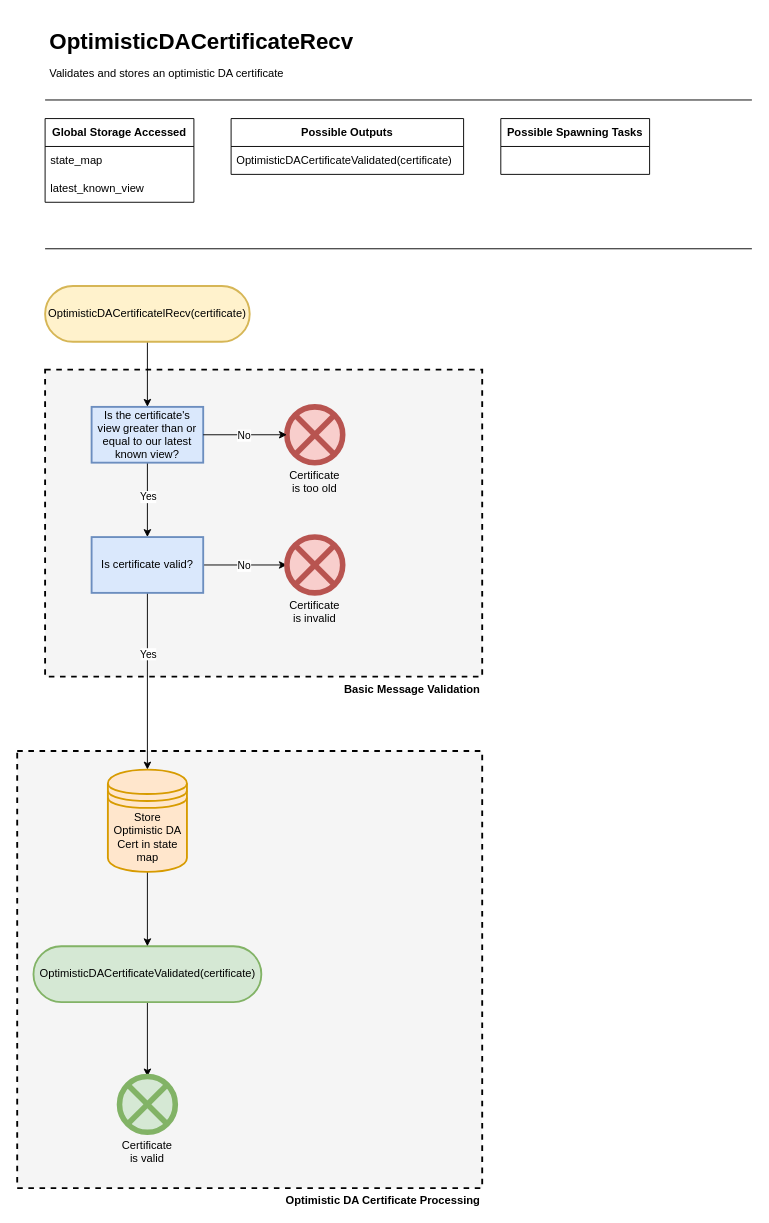
This is page "OptimisticDaCertificateRecv" (4 of 17) of docs/diagrams/HotShotFlow.drawio from EspressoSystems/HotShot, a draw.io file, before an edit. Source tidied: cells renumbered, new cells numbered last; positions are measured from the earlier drawing's top-left corner, leaving out a move shared by most shapes. Both pictures are drawn from the tidied source at 93%, with x=0, y=0 at pixel (17, 25).
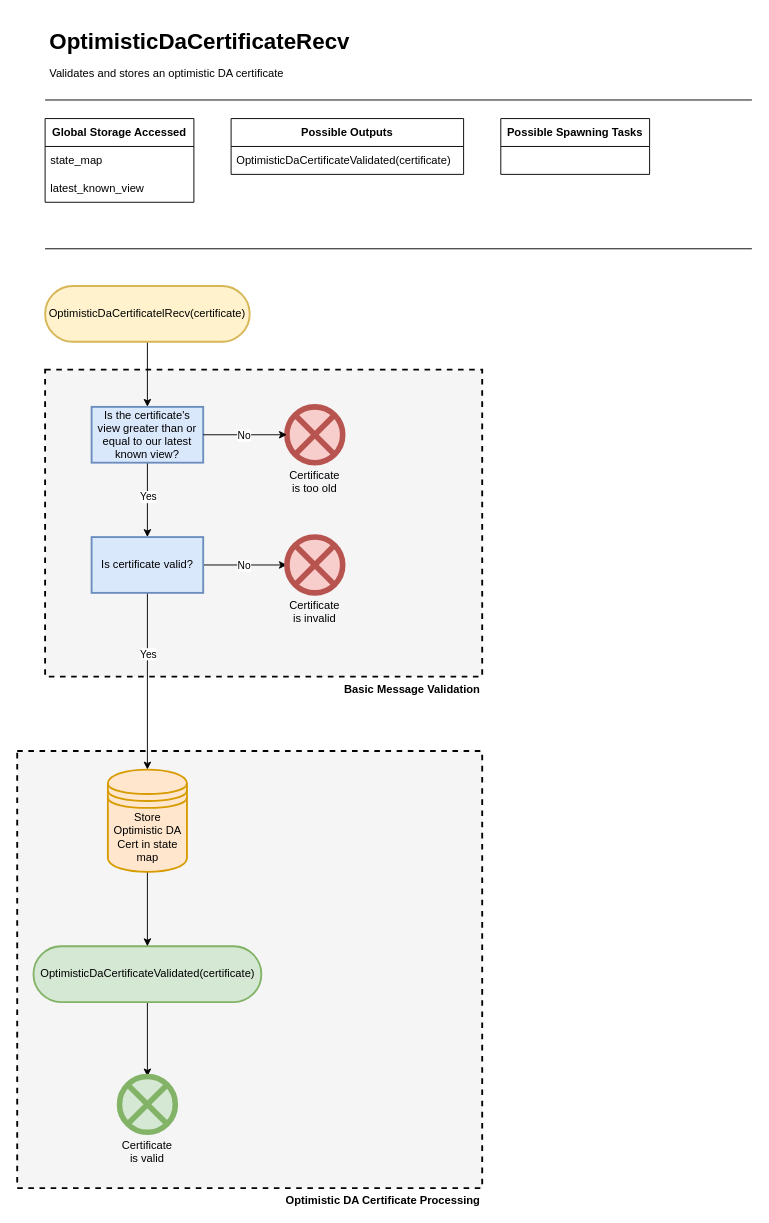
After the change.

Unchanged cells that the change refers to:
```xml
<mxCell id="9" value="&lt;b&gt;Possible Outputs&lt;/b&gt;" style="swimlane;fontStyle=0;horizontal=1;startSize=30;whiteSpace=wrap;html=1;" parent="1" vertex="1">
  <mxGeometry x="230" y="100" width="250" height="60" as="geometry" />
</mxCell>
```

The edit, as a diff of the source:
```diff
@@
-    <mxCell id="4" value="&lt;h1 style=&quot;line-height: 100%;&quot;&gt;OptimisticDACertificateRecv&lt;/h1&gt;&lt;p style=&quot;line-height: 100%;&quot;&gt;Validates and stores an optimistic DA certificate&lt;/p&gt;" style="text;html=1;strokeColor=none;fillColor=none;spacing=5;spacingTop=-20;whiteSpace=wrap;overflow=hidden;rounded=0;" parent="1" vertex="1">
+    <mxCell id="4" value="&lt;h1 style=&quot;line-height: 100%;&quot;&gt;OptimisticDaCertificateRecv&lt;/h1&gt;&lt;p style=&quot;line-height: 100%;&quot;&gt;Validates and stores an optimistic DA certificate&lt;/p&gt;" style="text;html=1;strokeColor=none;fillColor=none;spacing=5;spacingTop=-20;whiteSpace=wrap;overflow=hidden;rounded=0;" parent="1" vertex="1">
       <mxGeometry x="30" width="350" height="70" as="geometry" />
     </mxCell>
@@
-    <mxCell id="10" value="OptimisticDACertificateValidated(certificate)" style="text;strokeColor=none;fillColor=none;align=left;verticalAlign=middle;spacingLeft=4;spacingRight=4;overflow=hidden;whiteSpace=wrap;html=1;" parent="9" vertex="1">
+    <mxCell id="10" value="OptimisticDaCertificateValidated(certificate)" style="text;strokeColor=none;fillColor=none;align=left;verticalAlign=middle;spacingLeft=4;spacingRight=4;overflow=hidden;whiteSpace=wrap;html=1;" parent="9" vertex="1">
       <mxGeometry y="30" width="250" height="30" as="geometry" />
     </mxCell>
@@
-    <mxCell id="14" value="OptimisticDACertificatelRecv(certificate)" style="rounded=1;whiteSpace=wrap;html=1;fillColor=#fff2cc;strokeColor=#d6b656;arcSize=50;strokeWidth=2;" parent="1" vertex="1">
+    <mxCell id="14" value="OptimisticDaCertificatelRecv(certificate)" style="rounded=1;whiteSpace=wrap;html=1;fillColor=#fff2cc;strokeColor=#d6b656;arcSize=50;strokeWidth=2;" parent="1" vertex="1">
       <mxGeometry x="30" y="280" width="220" height="60" as="geometry" />
     </mxCell>
@@
-    <mxCell id="22" value="OptimisticDACertificateValidated(certificate)" style="whiteSpace=wrap;html=1;fillColor=#d5e8d4;strokeColor=#82b366;rounded=1;arcSize=50;strokeWidth=2;" parent="1" vertex="1">
+    <mxCell id="22" value="OptimisticDaCertificateValidated(certificate)" style="whiteSpace=wrap;html=1;fillColor=#d5e8d4;strokeColor=#82b366;rounded=1;arcSize=50;strokeWidth=2;" parent="1" vertex="1">
       <mxGeometry x="17.5" y="990" width="245" height="60" as="geometry" />
     </mxCell>
```
